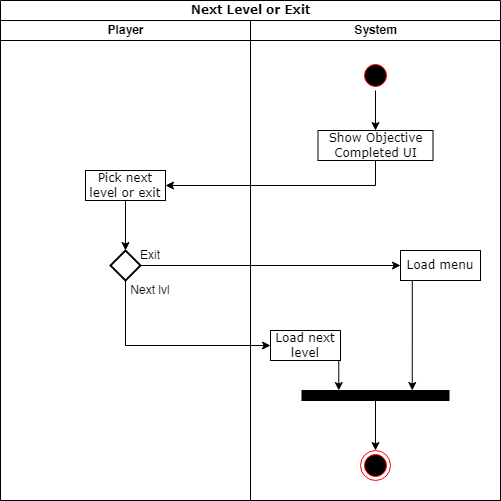
Before: Next Lvl or Exit.drawio.png, a diagram exported from draw.io (johannfac/A-Lone-Burglar). Source tidied: cells renumbered, new cells last; positions are measured from the earlier drawing's top-left corner, leaving out a move shared by most shapes. The source it was exported from:
```xml
<mxGraphModel>
  <root>
    <mxCell id="0" />
    <mxCell id="1" parent="0" />
    <mxCell id="2" value="Next Level or Exit" style="swimlane;html=1;startSize=20;rounded=0;shadow=0;comic=0;labelBackgroundColor=none;strokeWidth=1;fontFamily=Verdana;fontSize=12;align=center;" parent="1" vertex="1">
      <mxGeometry width="500" height="500" as="geometry" />
    </mxCell>
    <mxCell id="3" value="Player" style="swimlane;html=1;startSize=20;" parent="2" vertex="1">
      <mxGeometry y="20" width="250" height="480" as="geometry" />
    </mxCell>
    <mxCell id="4" style="edgeStyle=orthogonalEdgeStyle;rounded=0;jettySize=auto;html=1;exitX=0.5;exitY=1;exitDx=0;exitDy=0;entryX=0.5;entryY=0;entryDx=0;entryDy=0;" parent="3" edge="1" source="5" target="6">
      <mxGeometry relative="1" as="geometry" />
    </mxCell>
    <mxCell id="5" value="Pick next level or exit" style="rounded=0;whiteSpace=wrap;html=1;shadow=0;comic=0;labelBackgroundColor=none;strokeWidth=1;fontFamily=Verdana;fontSize=12;align=center;arcSize=50;" parent="3" vertex="1">
      <mxGeometry x="85" y="150" width="80" height="30" as="geometry" />
    </mxCell>
    <mxCell id="6" style="rhombus;whiteSpace=wrap;html=1;strokeColor=default;strokeWidth=2;fillColor=#FFFFFF;" parent="3" vertex="1">
      <mxGeometry x="110" y="230" width="30" height="30" as="geometry" />
    </mxCell>
    <mxCell id="7" value="Exit" style="text;html=1;strokeColor=none;fillColor=none;align=center;verticalAlign=middle;whiteSpace=wrap;rounded=0;" parent="3" vertex="1">
      <mxGeometry x="120" y="225" width="60" height="20" as="geometry" />
    </mxCell>
    <mxCell id="8" value="Next lvl" style="text;html=1;strokeColor=none;fillColor=none;align=center;verticalAlign=middle;whiteSpace=wrap;rounded=0;" parent="3" vertex="1">
      <mxGeometry x="120" y="260" width="60" height="20" as="geometry" />
    </mxCell>
    <mxCell id="9" style="edgeStyle=orthogonalEdgeStyle;rounded=0;jettySize=auto;html=1;exitX=1;exitY=0.5;exitDx=0;exitDy=0;entryX=0;entryY=0.5;entryDx=0;entryDy=0;" parent="2" edge="1" source="6" target="13">
      <mxGeometry relative="1" as="geometry" />
    </mxCell>
    <mxCell id="10" style="edgeStyle=orthogonalEdgeStyle;rounded=0;jettySize=auto;html=1;exitX=0.5;exitY=1;exitDx=0;exitDy=0;entryX=0;entryY=0.5;entryDx=0;entryDy=0;" parent="2" edge="1" source="6" target="15">
      <mxGeometry relative="1" as="geometry" />
    </mxCell>
    <mxCell id="11" value="System" style="swimlane;html=1;startSize=20;" parent="2" vertex="1">
      <mxGeometry x="250" y="20" width="250" height="480" as="geometry" />
    </mxCell>
    <mxCell id="12" style="edgeStyle=orthogonalEdgeStyle;rounded=0;jettySize=auto;html=1;exitX=0.5;exitY=1;exitDx=0;exitDy=0;entryX=0.75;entryY=0;entryDx=0;entryDy=0;" parent="11" edge="1" source="13" target="17">
      <mxGeometry relative="1" as="geometry">
        <Array as="points">
          <mxPoint x="162" y="260" />
        </Array>
      </mxGeometry>
    </mxCell>
    <mxCell id="13" value="Load menu" style="rounded=0;whiteSpace=wrap;html=1;shadow=0;comic=0;labelBackgroundColor=none;strokeWidth=1;fontFamily=Verdana;fontSize=12;align=center;arcSize=50;" parent="11" vertex="1">
      <mxGeometry x="150" y="230" width="80" height="30" as="geometry" />
    </mxCell>
    <mxCell id="14" style="edgeStyle=orthogonalEdgeStyle;rounded=0;jettySize=auto;html=1;exitX=0.5;exitY=1;exitDx=0;exitDy=0;entryX=0.25;entryY=0;entryDx=0;entryDy=0;" parent="11" edge="1" source="15" target="17">
      <mxGeometry relative="1" as="geometry">
        <Array as="points">
          <mxPoint x="88" y="340" />
        </Array>
      </mxGeometry>
    </mxCell>
    <mxCell id="15" value="Load next level" style="rounded=0;whiteSpace=wrap;html=1;shadow=0;comic=0;labelBackgroundColor=none;strokeWidth=1;fontFamily=Verdana;fontSize=12;align=center;arcSize=50;" parent="11" vertex="1">
      <mxGeometry x="20" y="310" width="70" height="30" as="geometry" />
    </mxCell>
    <mxCell id="16" style="edgeStyle=orthogonalEdgeStyle;rounded=0;jettySize=auto;html=1;exitX=0.5;exitY=1;exitDx=0;exitDy=0;entryX=0.5;entryY=0;entryDx=0;entryDy=0;" parent="11" edge="1" source="17" target="18">
      <mxGeometry relative="1" as="geometry" />
    </mxCell>
    <mxCell id="17" style="whiteSpace=wrap;html=1;rounded=0;shadow=0;comic=0;labelBackgroundColor=none;strokeWidth=1;fillColor=#000000;fontFamily=Verdana;fontSize=12;align=center;rotation=0;" parent="11" vertex="1">
      <mxGeometry x="51.5" y="370" width="147" height="10" as="geometry" />
    </mxCell>
    <mxCell id="18" style="ellipse;html=1;shape=endState;fillColor=#000000;strokeColor=#ff0000;" parent="11" vertex="1">
      <mxGeometry x="110" y="430" width="30" height="30" as="geometry" />
    </mxCell>
    <mxCell id="19" value="Show Objective Completed UI" style="rounded=0;whiteSpace=wrap;html=1;shadow=0;comic=0;labelBackgroundColor=none;strokeWidth=1;fontFamily=Verdana;fontSize=12;align=center;arcSize=50;" parent="11" vertex="1">
      <mxGeometry x="67.5" y="110" width="115" height="30" as="geometry" />
    </mxCell>
    <mxCell id="20" style="ellipse;html=1;shape=startState;fillColor=#000000;strokeColor=#ff0000;" parent="11" vertex="1">
      <mxGeometry x="110" y="40" width="30" height="30" as="geometry" />
    </mxCell>
    <mxCell id="21" style="edgeStyle=orthogonalEdgeStyle;rounded=0;jettySize=auto;html=1;exitX=0.5;exitY=1;exitDx=0;exitDy=0;entryX=0.5;entryY=0;entryDx=0;entryDy=0;" parent="11" edge="1" source="20" target="19">
      <mxGeometry relative="1" as="geometry" />
    </mxCell>
    <mxCell id="22" style="edgeStyle=orthogonalEdgeStyle;rounded=0;jettySize=auto;html=1;exitX=0.5;exitY=1;exitDx=0;exitDy=0;entryX=1;entryY=0.5;entryDx=0;entryDy=0;" parent="2" edge="1" source="19" target="5">
      <mxGeometry relative="1" as="geometry" />
    </mxCell>
  </root>
</mxGraphModel>
```
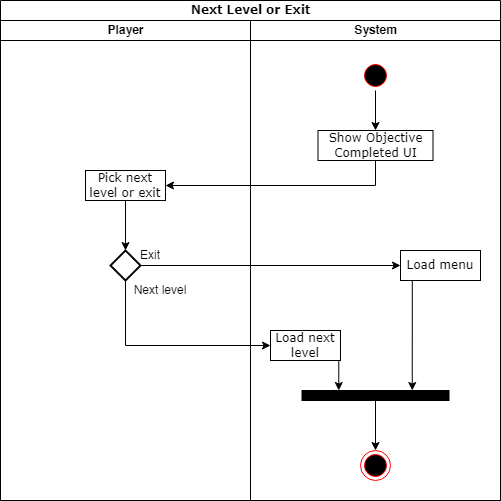
Later version of the same file.

What changed in the source:
```diff
@@ -20,8 +20,8 @@
     <mxCell id="7" value="Exit" style="text;html=1;strokeColor=none;fillColor=none;align=center;verticalAlign=middle;whiteSpace=wrap;rounded=0;" parent="3" vertex="1">
       <mxGeometry x="120" y="225" width="60" height="20" as="geometry" />
     </mxCell>
-    <mxCell id="8" value="Next lvl" style="text;html=1;strokeColor=none;fillColor=none;align=center;verticalAlign=middle;whiteSpace=wrap;rounded=0;" parent="3" vertex="1">
-      <mxGeometry x="120" y="260" width="60" height="20" as="geometry" />
+    <mxCell id="8" value="Next level" style="text;html=1;strokeColor=none;fillColor=none;align=center;verticalAlign=middle;whiteSpace=wrap;rounded=0;" parent="3" vertex="1">
+      <mxGeometry x="130" y="260" width="60" height="20" as="geometry" />
     </mxCell>
     <mxCell id="9" style="edgeStyle=orthogonalEdgeStyle;rounded=0;jettySize=auto;html=1;exitX=1;exitY=0.5;exitDx=0;exitDy=0;entryX=0;entryY=0.5;entryDx=0;entryDy=0;" parent="2" edge="1" source="6" target="13">
       <mxGeometry relative="1" as="geometry" />
```
